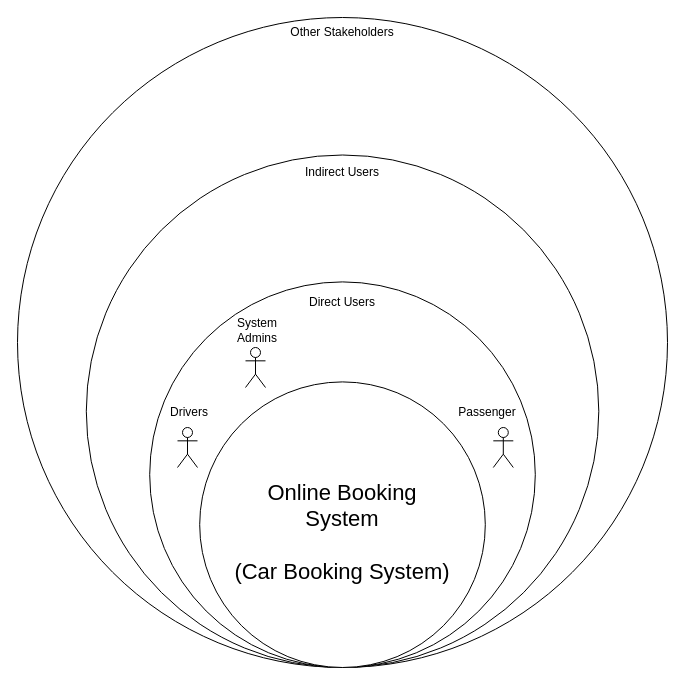
The draw.io diagram Onion_diagram_SEPP.drawio in Anuja-jayasinghe/DrawIo_Projects, before the edit. Source tidied: cells renumbered, new cells numbered last; positions are measured from the earlier drawing's top-left corner, leaving out a move shared by most shapes. Both pictures are drawn from the tidied source at 100%, with x=0, y=0 at pixel (17, 17).
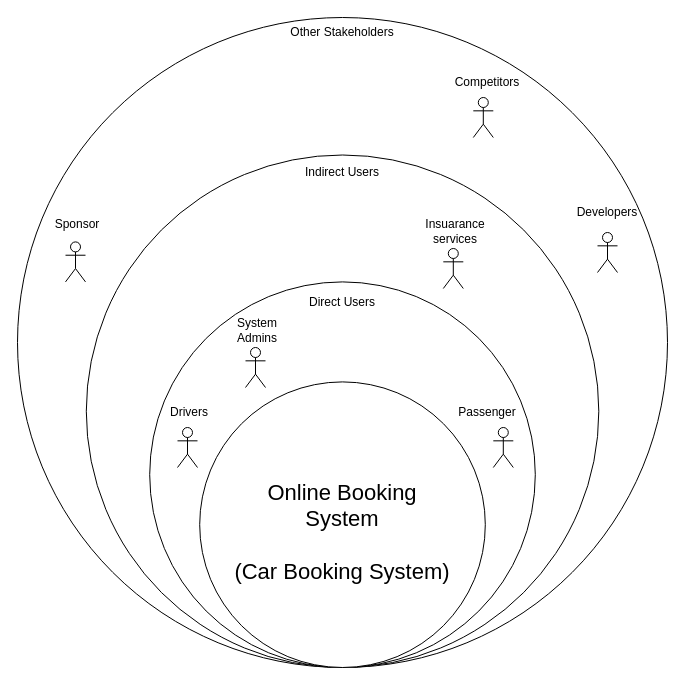
The same diagram, later.

The edit, as a diff of the source:
```diff
@@
+    <mxCell id="16" style="shape=umlActor;verticalLabelPosition=bottom;verticalAlign=top;html=1;" parent="1" vertex="1">
+      <mxGeometry x="455.8" y="80" width="20" height="40" as="geometry" />
+    </mxCell>
+    <mxCell id="17" value="Competitors" style="text;html=1;align=center;verticalAlign=middle;whiteSpace=wrap;rounded=0;" parent="1" vertex="1">
+      <mxGeometry x="440" y="50" width="60" height="30" as="geometry" />
+    </mxCell>
+    <mxCell id="18" style="shape=umlActor;verticalLabelPosition=bottom;verticalAlign=top;html=1;" parent="1" vertex="1">
+      <mxGeometry x="48" y="224.4" width="20" height="40" as="geometry" />
+    </mxCell>
+    <mxCell id="19" value="Sponsor" style="text;html=1;align=center;verticalAlign=middle;whiteSpace=wrap;rounded=0;" parent="1" vertex="1">
+      <mxGeometry x="30" y="192.4" width="60" height="30" as="geometry" />
+    </mxCell>
+    <mxCell id="20" style="shape=umlActor;verticalLabelPosition=bottom;verticalAlign=top;html=1;" parent="1" vertex="1">
+      <mxGeometry x="580" y="215" width="20" height="40" as="geometry" />
+    </mxCell>
+    <mxCell id="21" value="Developers" style="text;html=1;align=center;verticalAlign=middle;whiteSpace=wrap;rounded=0;" parent="1" vertex="1">
+      <mxGeometry x="560" y="180" width="60" height="30" as="geometry" />
+    </mxCell>
+    <mxCell id="22" value="Insuarance&lt;div&gt;services&lt;/div&gt;" style="text;html=1;align=center;verticalAlign=middle;whiteSpace=wrap;rounded=0;" parent="1" vertex="1">
+      <mxGeometry x="407.8" y="199" width="60" height="30" as="geometry" />
+    </mxCell>
+    <mxCell id="23" style="shape=umlActor;verticalLabelPosition=bottom;verticalAlign=top;html=1;" parent="1" vertex="1">
+      <mxGeometry x="425.8" y="231" width="20" height="40" as="geometry" />
+    </mxCell>
```
